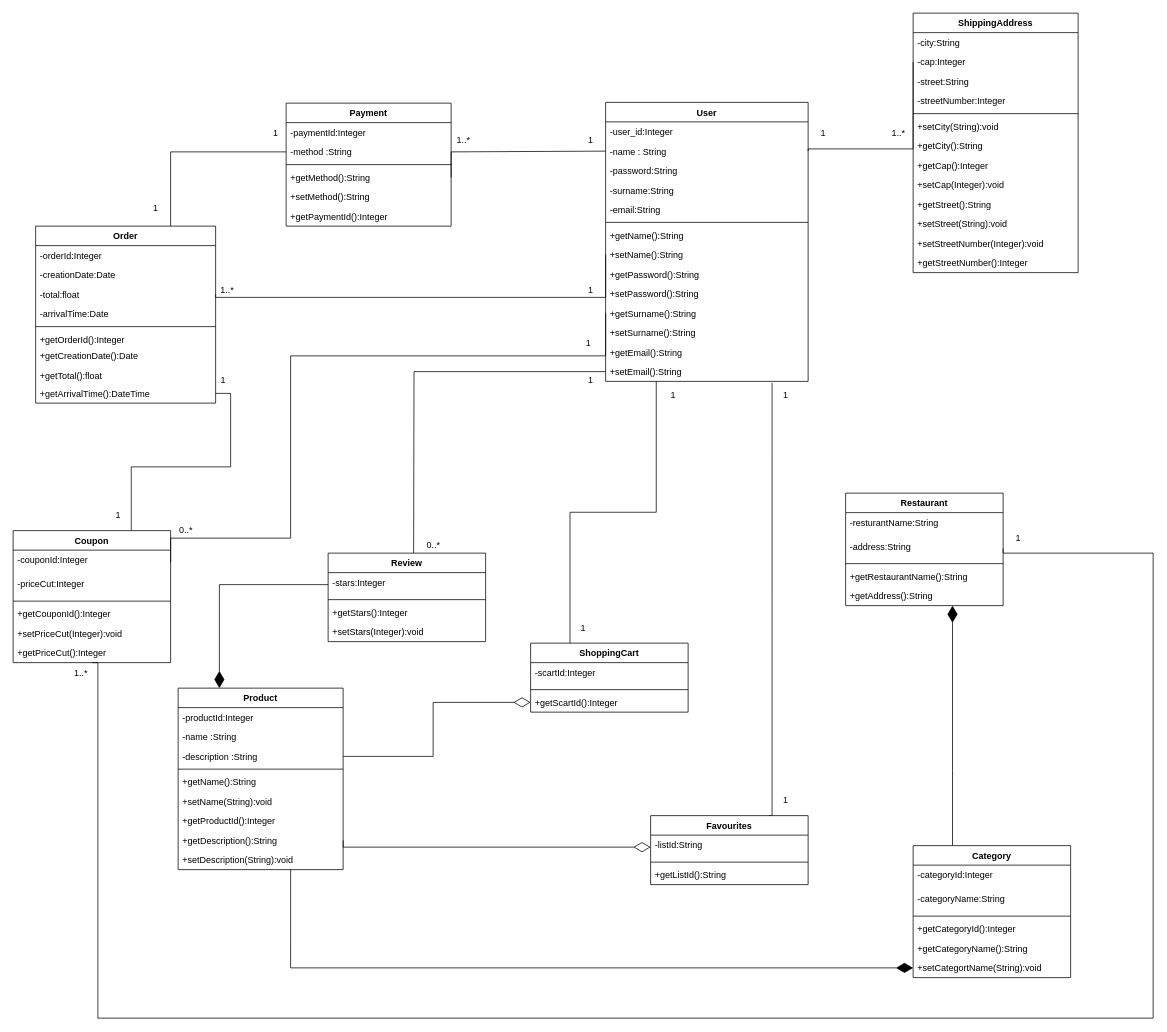
Above: documentazione/Diagrammi/TasteIt-classD.drawio in Flacaro/TasteIt (draw.io), before the change. Source tidied: cells renumbered, new cells numbered last; positions are measured from the earlier drawing's top-left corner, leaving out a move shared by most shapes. Both pictures are drawn from the tidied source at 75%, with x=0, y=0 at pixel (13, 13).
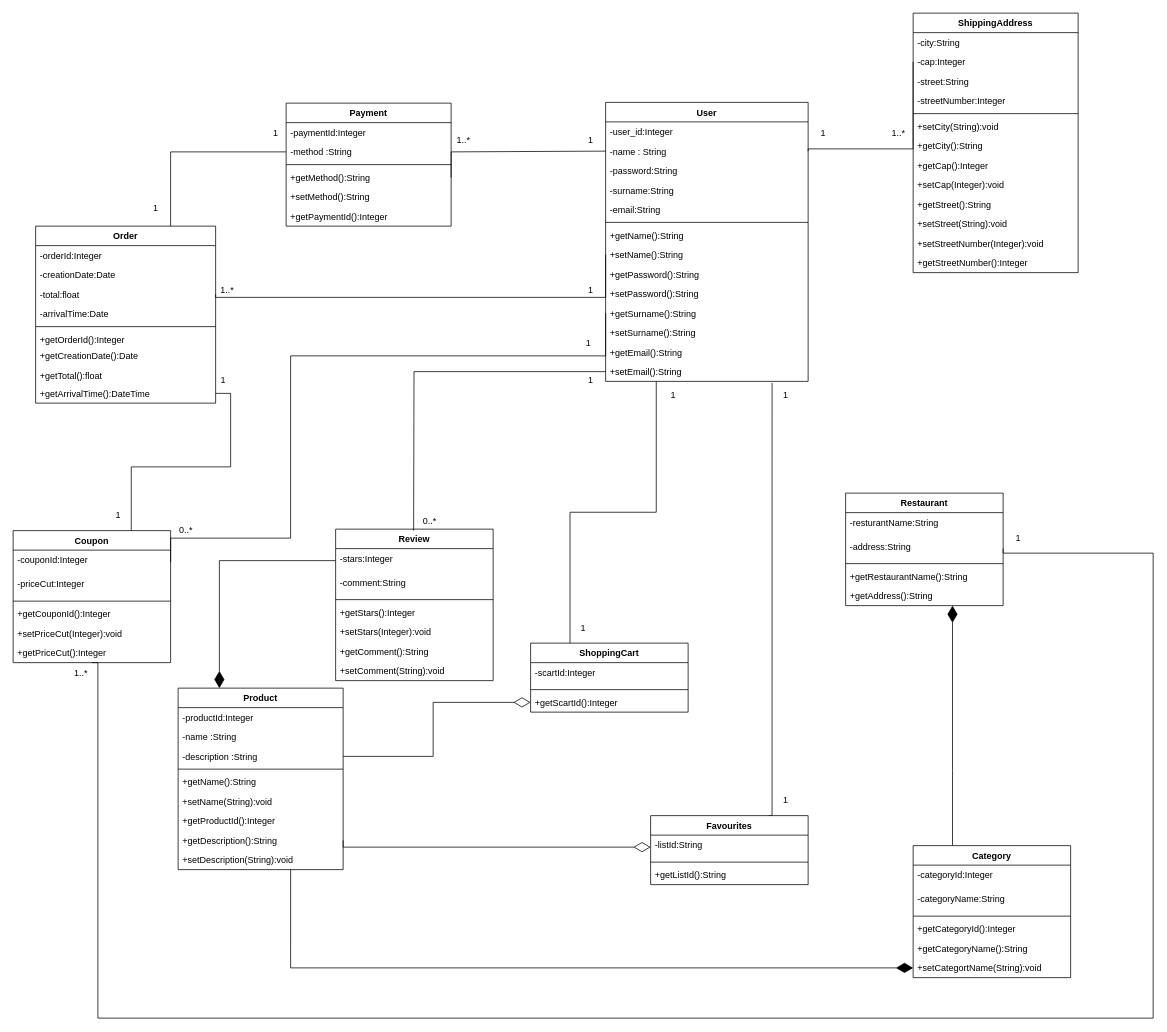
After the change.

Unchanged cells that the change refers to:
```xml
<mxCell id="32" value="+setEmail():String" style="text;strokeColor=none;fillColor=none;align=left;verticalAlign=top;spacingLeft=4;spacingRight=4;overflow=hidden;points=[[0,0.5],[1,0.5]];portConstraint=eastwest;" parent="18" vertex="1">
  <mxGeometry y="346" width="270" height="26" as="geometry" />
</mxCell>
```

What changed in the source:
```diff
@@
     <mxCell id="91" value="Review" style="swimlane;fontStyle=1;align=center;verticalAlign=top;horizontal=1;startSize=26;" parent="1" vertex="1">
-      <mxGeometry x="420" y="720" width="210" height="118" as="geometry" />
+      <mxGeometry x="430" y="688" width="210" height="202" as="geometry" />
     </mxCell>
@@
+    <mxCell id="126" value="-comment:String" style="text;strokeColor=none;fillColor=none;align=left;verticalAlign=top;spacingLeft=4;spacingRight=4;overflow=hidden;" parent="91" vertex="1">
+      <mxGeometry y="58" width="210" height="32" as="geometry" />
+    </mxCell>
     <mxCell id="93" style="line;strokeWidth=1;fillColor=none;align=left;verticalAlign=middle;spacingTop=-1;spacingLeft=3;spacingRight=3;labelPosition=right;" parent="91" vertex="1">
-      <mxGeometry y="58" width="210" height="8" as="geometry" />
+      <mxGeometry y="90" width="210" height="8" as="geometry" />
     </mxCell>
     <mxCell id="94" value="+getStars():Integer" style="text;strokeColor=none;fillColor=none;align=left;verticalAlign=top;spacingLeft=4;spacingRight=4;overflow=hidden;" parent="91" vertex="1">
-      <mxGeometry y="66" width="210" height="26" as="geometry" />
+      <mxGeometry y="98" width="210" height="26" as="geometry" />
     </mxCell>
     <mxCell id="95" value="+setStars(Integer):void" style="text;strokeColor=none;fillColor=none;align=left;verticalAlign=top;spacingLeft=4;spacingRight=4;overflow=hidden;" parent="91" vertex="1">
-      <mxGeometry y="92" width="210" height="26" as="geometry" />
+      <mxGeometry y="124" width="210" height="26" as="geometry" />
     </mxCell>
+    <mxCell id="127" value="+getComment():String" style="text;strokeColor=none;fillColor=none;align=left;verticalAlign=top;spacingLeft=4;spacingRight=4;overflow=hidden;" parent="91" vertex="1">
+      <mxGeometry y="150" width="210" height="26" as="geometry" />
+    </mxCell>
+    <mxCell id="128" value="+setComment(String):void" style="text;strokeColor=none;fillColor=none;align=left;verticalAlign=top;spacingLeft=4;spacingRight=4;overflow=hidden;" parent="91" vertex="1">
+      <mxGeometry y="176" width="210" height="26" as="geometry" />
+    </mxCell>
@@
     <mxCell id="112" value="0..*" style="text;html=1;align=center;verticalAlign=middle;strokeColor=none;" parent="1" vertex="1">
-      <mxGeometry x="545" y="700" width="30" height="20" as="geometry" />
+      <mxGeometry x="540" y="668" width="30" height="20" as="geometry" />
     </mxCell>
@@
     <mxCell id="121" style="edgeStyle=orthogonalEdgeStyle;rounded=0;jettySize=auto;html=1;exitX=0;exitY=0.5;exitDx=0;exitDy=0;endArrow=none;endFill=0;endSize=20;" parent="1" edge="1" source="32">
       <mxGeometry relative="1" as="geometry">
-        <mxPoint x="534" y="720" as="targetPoint" />
+        <mxPoint x="534" y="690" as="targetPoint" />
       </mxGeometry>
     </mxCell>
```
